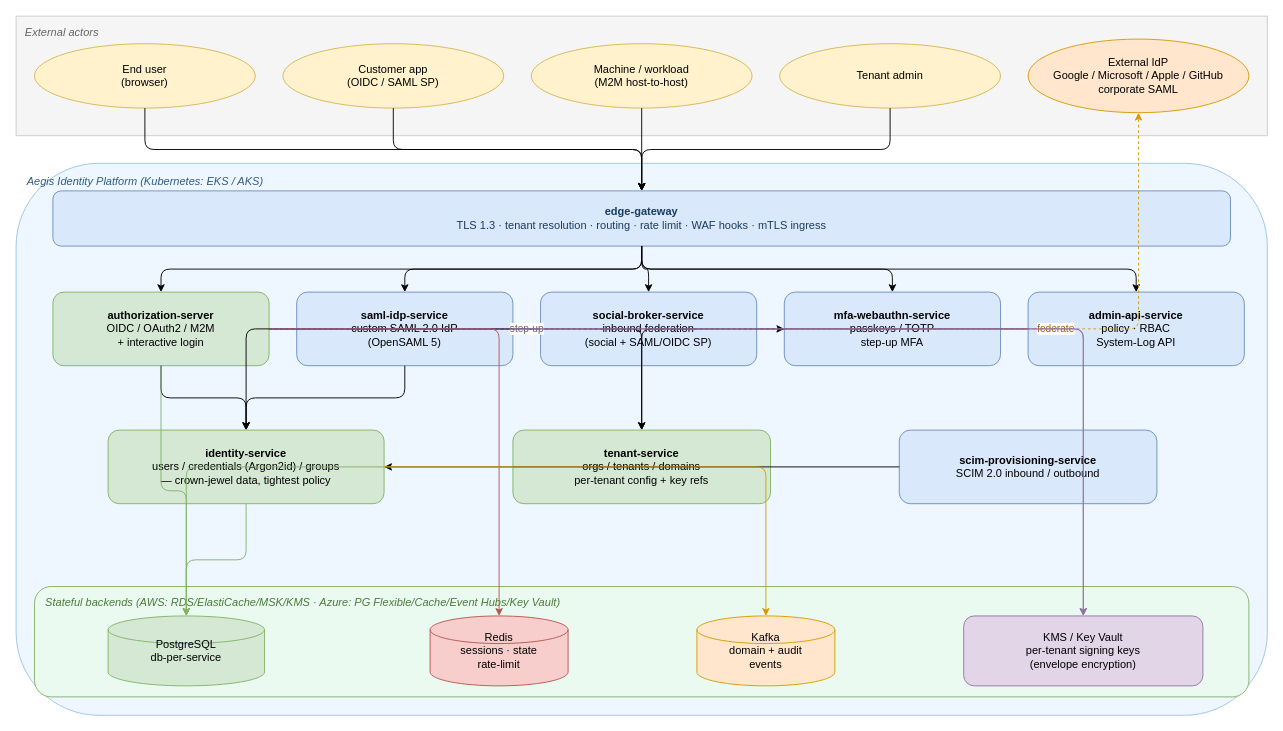
Earlier version of the draw.io diagram architecture/diagrams/system-context.drawio (AegisIdentity/aegis-platform-docs). Source tidied: cells renumbered, new cells numbered last; positions are measured from the earlier drawing's top-left corner, leaving out a move shared by most shapes. Both pictures are drawn from the tidied source at 92%, with x=0, y=0 at pixel (16, 16).
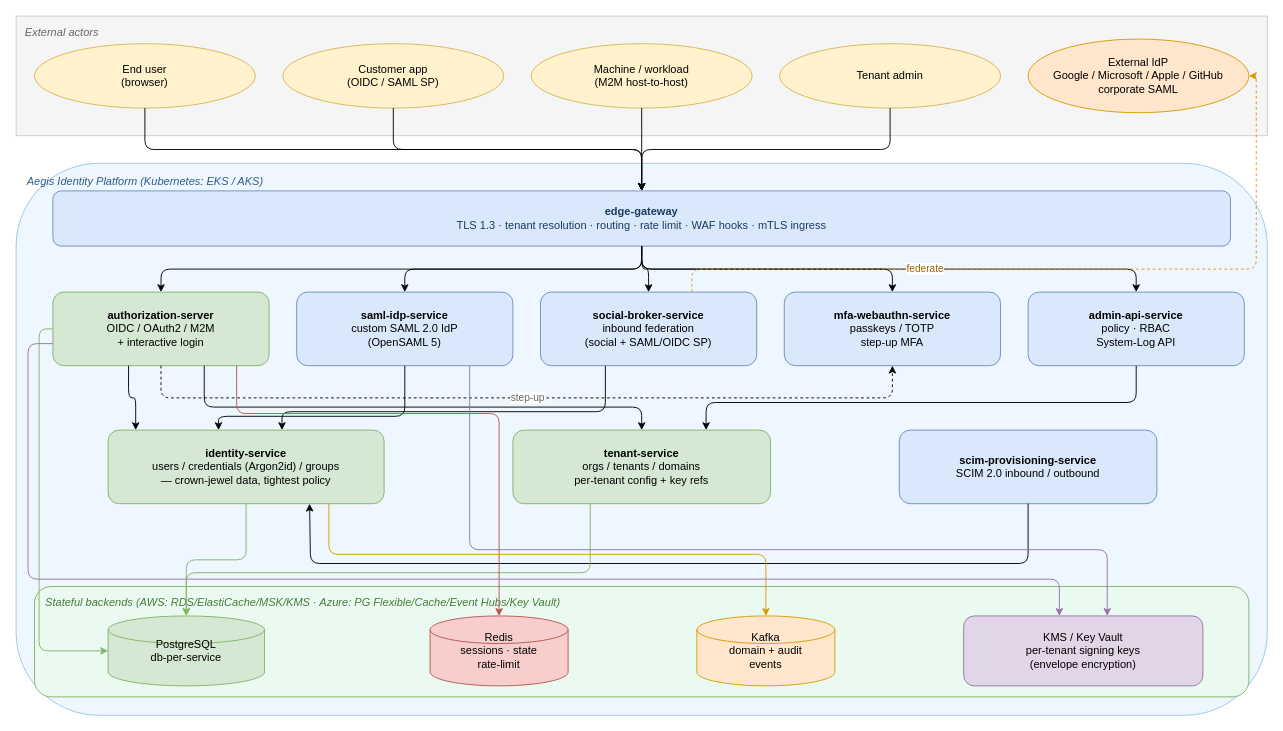
After the change.

The change refers to these unchanged cells:
```xml
<mxCell id="9" value="External IdP&#10;Google / Microsoft / Apple / GitHub&#10;corporate SAML" style="ellipse;whiteSpace=wrap;html=1;fillColor=#ffe6cc;strokeColor=#d79b00;" parent="1" vertex="1">
  <mxGeometry x="1100" y="25" width="240" height="80" as="geometry" />
</mxCell>
<mxCell id="11" value="&lt;b&gt;authorization-server&lt;/b&gt;&#10;OIDC / OAuth2 / M2M&#10;+ interactive login" style="rounded=1;whiteSpace=wrap;html=1;fillColor=#d5e8d4;strokeColor=#82b366;" parent="1" vertex="1">
  <mxGeometry x="40" y="300" width="235" height="80" as="geometry" />
</mxCell>
<mxCell id="12" value="&lt;b&gt;saml-idp-service&lt;/b&gt;&#10;custom SAML 2.0 IdP&#10;(OpenSAML 5)" style="rounded=1;whiteSpace=wrap;html=1;fillColor=#dae8fc;strokeColor=#6c8ebf;" parent="1" vertex="1">
  <mxGeometry x="305" y="300" width="235" height="80" as="geometry" />
</mxCell>
<mxCell id="13" value="&lt;b&gt;social-broker-service&lt;/b&gt;&#10;inbound federation&#10;(social + SAML/OIDC SP)" style="rounded=1;whiteSpace=wrap;html=1;fillColor=#dae8fc;strokeColor=#6c8ebf;" parent="1" vertex="1">
  <mxGeometry x="570" y="300" width="235" height="80" as="geometry" />
</mxCell>
<mxCell id="14" value="&lt;b&gt;mfa-webauthn-service&lt;/b&gt;&#10;passkeys / TOTP&#10;step-up MFA" style="rounded=1;whiteSpace=wrap;html=1;fillColor=#dae8fc;strokeColor=#6c8ebf;" parent="1" vertex="1">
  <mxGeometry x="835" y="300" width="235" height="80" as="geometry" />
</mxCell>
<mxCell id="15" value="&lt;b&gt;admin-api-service&lt;/b&gt;&#10;policy · RBAC&#10;System-Log API" style="rounded=1;whiteSpace=wrap;html=1;fillColor=#dae8fc;strokeColor=#6c8ebf;" parent="1" vertex="1">
  <mxGeometry x="1100" y="300" width="235" height="80" as="geometry" />
</mxCell>
<mxCell id="16" value="&lt;b&gt;identity-service&lt;/b&gt;&#10;users / credentials (Argon2id) / groups&#10;— crown-jewel data, tightest policy" style="rounded=1;whiteSpace=wrap;html=1;fillColor=#d5e8d4;strokeColor=#82b366;" parent="1" vertex="1">
  <mxGeometry x="100" y="450" width="300" height="80" as="geometry" />
</mxCell>
<mxCell id="17" value="&lt;b&gt;tenant-service&lt;/b&gt;&#10;orgs / tenants / domains&#10;per-tenant config + key refs" style="rounded=1;whiteSpace=wrap;html=1;fillColor=#d5e8d4;strokeColor=#82b366;" parent="1" vertex="1">
  <mxGeometry x="540" y="450" width="280" height="80" as="geometry" />
</mxCell>
<mxCell id="18" value="&lt;b&gt;scim-provisioning-service&lt;/b&gt;&#10;SCIM 2.0 inbound / outbound" style="rounded=1;whiteSpace=wrap;html=1;fillColor=#dae8fc;strokeColor=#6c8ebf;" parent="1" vertex="1">
  <mxGeometry x="960" y="450" width="280" height="80" as="geometry" />
</mxCell>
<mxCell id="19" value="PostgreSQL&#10;db-per-service" style="shape=cylinder3;whiteSpace=wrap;html=1;fillColor=#d5e8d4;strokeColor=#82b366;" parent="1" vertex="1">
  <mxGeometry x="100" y="652" width="170" height="76" as="geometry" />
</mxCell>
<mxCell id="20" value="Redis&#10;sessions · state&#10;rate-limit" style="shape=cylinder3;whiteSpace=wrap;html=1;fillColor=#f8cecc;strokeColor=#b85450;" parent="1" vertex="1">
  <mxGeometry x="450" y="652" width="150" height="76" as="geometry" />
</mxCell>
<mxCell id="21" value="Kafka&#10;domain + audit&#10;events" style="shape=cylinder3;whiteSpace=wrap;html=1;fillColor=#ffe6cc;strokeColor=#d79b00;" parent="1" vertex="1">
  <mxGeometry x="740" y="652" width="150" height="76" as="geometry" />
</mxCell>
<mxCell id="22" value="KMS / Key Vault&#10;per-tenant signing keys&#10;(envelope encryption)" style="rounded=1;whiteSpace=wrap;html=1;fillColor=#e1d5e7;strokeColor=#9673a6;" parent="1" vertex="1">
  <mxGeometry x="1030" y="652" width="260" height="76" as="geometry" />
</mxCell>
```

Change to the diagram source:
```diff
@@
-    <mxCell id="32" value="federate" style="edgeStyle=orthogonalEdgeStyle;rounded=1;html=1;dashed=1;strokeColor=#d79b00;endArrow=classic;fontColor=#a06000;" parent="1" edge="1" source="13" target="9">
-      <mxGeometry relative="1" as="geometry" />
+    <mxCell id="32" value="federate" style="edgeStyle=orthogonalEdgeStyle;rounded=1;html=1;dashed=1;strokeColor=#d79b00;endArrow=classic;fontColor=#a06000;labelBackgroundColor=#FFFFFF;exitX=0.7;exitY=0;entryX=1;entryY=0.5;" parent="1" edge="1" source="13" target="9">
+      <mxGeometry x="-0.35" relative="1" as="geometry">
+        <Array as="points">
+          <mxPoint x="734" y="275" />
+          <mxPoint x="1348" y="275" />
+          <mxPoint x="1348" y="65" />
+        </Array>
+      </mxGeometry>
     </mxCell>
-    <mxCell id="33" style="edgeStyle=orthogonalEdgeStyle;rounded=1;html=1;endArrow=classic;" parent="1" edge="1" source="11" target="16">
+    <mxCell id="33" style="edgeStyle=orthogonalEdgeStyle;rounded=1;html=1;endArrow=classic;exitX=0.35;exitY=1;entryX=0.1;entryY=0;" parent="1" edge="1" source="11" target="16">
       <mxGeometry relative="1" as="geometry" />
     </mxCell>
-    <mxCell id="34" style="edgeStyle=orthogonalEdgeStyle;rounded=1;html=1;endArrow=classic;" parent="1" edge="1" source="11" target="17">
-      <mxGeometry relative="1" as="geometry" />
+    <mxCell id="34" style="edgeStyle=orthogonalEdgeStyle;rounded=1;html=1;endArrow=classic;exitX=0.7;exitY=1;entryX=0.5;entryY=0;" parent="1" edge="1" source="11" target="17">
+      <mxGeometry relative="1" as="geometry">
+        <Array as="points">
+          <mxPoint x="204" y="425" />
+          <mxPoint x="680" y="425" />
+        </Array>
+      </mxGeometry>
     </mxCell>
-    <mxCell id="35" value="step-up" style="edgeStyle=orthogonalEdgeStyle;rounded=1;html=1;dashed=1;endArrow=classic;fontColor=#666666;" parent="1" edge="1" source="11" target="14">
-      <mxGeometry relative="1" as="geometry" />
+    <mxCell id="35" value="step-up" style="edgeStyle=orthogonalEdgeStyle;rounded=1;html=1;dashed=1;endArrow=classic;fontColor=#666666;labelBackgroundColor=#FFFFFF;exitX=0.5;exitY=1;entryX=0.5;entryY=1;" parent="1" edge="1" source="11" target="14">
+      <mxGeometry relative="1" as="geometry">
+        <Array as="points">
+          <mxPoint x="157" y="415" />
+          <mxPoint x="952" y="415" />
+        </Array>
+      </mxGeometry>
     </mxCell>
-    <mxCell id="36" style="edgeStyle=orthogonalEdgeStyle;rounded=1;html=1;endArrow=classic;" parent="1" edge="1" source="13" target="16">
-      <mxGeometry relative="1" as="geometry" />
+    <mxCell id="36" style="edgeStyle=orthogonalEdgeStyle;rounded=1;html=1;endArrow=classic;exitX=0.3;exitY=1;entryX=0.63;entryY=0;" parent="1" edge="1" source="13" target="16">
+      <mxGeometry relative="1" as="geometry">
+        <Array as="points">
+          <mxPoint x="640" y="430" />
+          <mxPoint x="289" y="430" />
+        </Array>
+      </mxGeometry>
     </mxCell>
-    <mxCell id="37" style="edgeStyle=orthogonalEdgeStyle;rounded=1;html=1;endArrow=classic;" parent="1" edge="1" source="12" target="16">
-      <mxGeometry relative="1" as="geometry" />
+    <mxCell id="37" style="edgeStyle=orthogonalEdgeStyle;rounded=1;html=1;endArrow=classic;exitX=0.5;exitY=1;entryX=0.4;entryY=0;" parent="1" edge="1" source="12" target="16">
+      <mxGeometry relative="1" as="geometry">
+        <Array as="points">
+          <mxPoint x="422" y="435" />
+          <mxPoint x="220" y="435" />
+        </Array>
+      </mxGeometry>
     </mxCell>
-    <mxCell id="38" style="edgeStyle=orthogonalEdgeStyle;rounded=1;html=1;endArrow=classic;" parent="1" edge="1" source="18" target="16">
-      <mxGeometry relative="1" as="geometry" />
+    <mxCell id="38" style="edgeStyle=orthogonalEdgeStyle;rounded=1;html=1;endArrow=classic;exitX=0.5;exitY=1;entryX=0.73;entryY=1;" parent="1" edge="1" source="18" target="16">
+      <mxGeometry relative="1" as="geometry">
+        <Array as="points">
+          <mxPoint x="1100" y="595" />
+          <mxPoint x="320" y="595" />
+        </Array>
+      </mxGeometry>
     </mxCell>
-    <mxCell id="39" style="edgeStyle=orthogonalEdgeStyle;rounded=1;html=1;endArrow=classic;" parent="1" edge="1" source="15" target="17">
-      <mxGeometry relative="1" as="geometry" />
+    <mxCell id="39" style="edgeStyle=orthogonalEdgeStyle;rounded=1;html=1;endArrow=classic;exitX=0.5;exitY=1;entryX=0.75;entryY=0;" parent="1" edge="1" source="15" target="17">
+      <mxGeometry relative="1" as="geometry">
+        <Array as="points">
+          <mxPoint x="1217" y="420" />
+          <mxPoint x="750" y="420" />
+        </Array>
+      </mxGeometry>
     </mxCell>
@@
-    <mxCell id="41" style="edgeStyle=orthogonalEdgeStyle;rounded=1;html=1;endArrow=classic;strokeColor=#82b366;" parent="1" edge="1" source="17" target="19">
-      <mxGeometry relative="1" as="geometry" />
+    <mxCell id="41" style="edgeStyle=orthogonalEdgeStyle;rounded=1;html=1;endArrow=classic;strokeColor=#82b366;exitX=0.3;exitY=1;entryX=0.5;entryY=0;" parent="1" edge="1" source="17" target="19">
+      <mxGeometry relative="1" as="geometry">
+        <Array as="points">
+          <mxPoint x="624" y="605" />
+          <mxPoint x="185" y="605" />
+        </Array>
+      </mxGeometry>
     </mxCell>
-    <mxCell id="42" style="edgeStyle=orthogonalEdgeStyle;rounded=1;html=1;endArrow=classic;strokeColor=#82b366;" parent="1" edge="1" source="11" target="19">
-      <mxGeometry relative="1" as="geometry" />
+    <mxCell id="42" style="edgeStyle=orthogonalEdgeStyle;rounded=1;html=1;endArrow=classic;strokeColor=#82b366;exitX=0;exitY=0.5;entryX=0;entryY=0.5;" parent="1" edge="1" source="11" target="19">
+      <mxGeometry relative="1" as="geometry">
+        <Array as="points">
+          <mxPoint x="25" y="340" />
+          <mxPoint x="25" y="690" />
+        </Array>
+      </mxGeometry>
     </mxCell>
-    <mxCell id="43" style="edgeStyle=orthogonalEdgeStyle;rounded=1;html=1;endArrow=classic;strokeColor=#b85450;" parent="1" edge="1" source="11" target="20">
-      <mxGeometry relative="1" as="geometry" />
+    <mxCell id="43" style="edgeStyle=orthogonalEdgeStyle;rounded=1;html=1;endArrow=classic;strokeColor=#b85450;exitX=0.85;exitY=1;entryX=0.5;entryY=0;" parent="1" edge="1" source="11" target="20">
+      <mxGeometry relative="1" as="geometry">
+        <Array as="points">
+          <mxPoint x="240" y="432" />
+          <mxPoint x="525" y="432" />
+        </Array>
+      </mxGeometry>
     </mxCell>
-    <mxCell id="44" style="edgeStyle=orthogonalEdgeStyle;rounded=1;html=1;endArrow=classic;strokeColor=#d79b00;" parent="1" edge="1" source="16" target="21">
-      <mxGeometry relative="1" as="geometry" />
+    <mxCell id="44" style="edgeStyle=orthogonalEdgeStyle;rounded=1;html=1;endArrow=classic;strokeColor=#d79b00;exitX=0.8;exitY=1;entryX=0.5;entryY=0;" parent="1" edge="1" source="16" target="21">
+      <mxGeometry relative="1" as="geometry">
+        <Array as="points">
+          <mxPoint x="340" y="585" />
+          <mxPoint x="815" y="585" />
+        </Array>
+      </mxGeometry>
     </mxCell>
-    <mxCell id="45" style="edgeStyle=orthogonalEdgeStyle;rounded=1;html=1;endArrow=classic;strokeColor=#9673a6;" parent="1" edge="1" source="11" target="22">
-      <mxGeometry relative="1" as="geometry" />
+    <mxCell id="45" style="edgeStyle=orthogonalEdgeStyle;rounded=1;html=1;endArrow=classic;strokeColor=#9673a6;exitX=0;exitY=0.7;entryX=0.4;entryY=0;" parent="1" edge="1" source="11" target="22">
+      <mxGeometry relative="1" as="geometry">
+        <Array as="points">
+          <mxPoint x="13" y="356" />
+          <mxPoint x="13" y="612" />
+          <mxPoint x="1134" y="612" />
+        </Array>
+      </mxGeometry>
     </mxCell>
-    <mxCell id="46" style="edgeStyle=orthogonalEdgeStyle;rounded=1;html=1;endArrow=classic;strokeColor=#9673a6;" parent="1" edge="1" source="12" target="22">
-      <mxGeometry relative="1" as="geometry" />
+    <mxCell id="46" style="edgeStyle=orthogonalEdgeStyle;rounded=1;html=1;endArrow=classic;strokeColor=#9673a6;exitX=0.8;exitY=1;entryX=0.6;entryY=0;" parent="1" edge="1" source="12" target="22">
+      <mxGeometry relative="1" as="geometry">
+        <Array as="points">
+          <mxPoint x="493" y="580" />
+          <mxPoint x="1186" y="580" />
+        </Array>
+      </mxGeometry>
     </mxCell>
```
